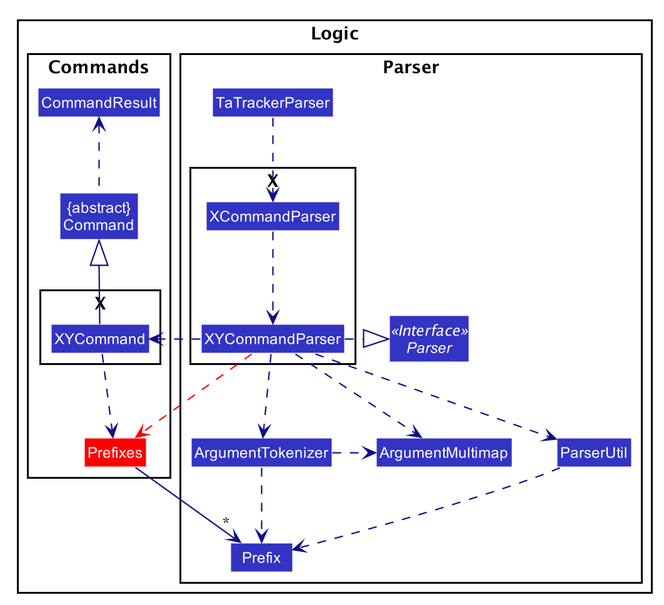
The PlantUML diagram docs/images/LogicClassDiagram4.png in nus-cs2103-AY1920S2/addressbook-level3, before a commit. Its diagram source:
```plantuml
@startuml








skinparam BackgroundColor #FFFFFFF

skinparam Shadowing false

skinparam Class {
    FontColor #FFFFFF
    BorderThickness 1
    BorderColor #FFFFFF
    StereotypeFontColor #FFFFFF
    FontName Arial
}

skinparam Actor {
    BorderColor #000000
    Color #000000
    FontName Arial
}

skinparam Sequence {
    MessageAlign center
    BoxFontSize 15
    BoxPadding 0
    BoxFontColor #FFFFFF
    FontName Arial
}

skinparam Participant {
    FontColor #FFFFFFF
    Padding 20
}

skinparam MinClassWidth 50
skinparam ParticipantPadding 10
skinparam Shadowing false
skinparam DefaultTextAlignment center
skinparam packageStyle Rectangle

hide footbox
hide members
hide circle
skinparam arrowThickness 1.1
skinparam arrowColor #101086
skinparam classBackgroundColor #3333C4

package Logic {
    package Parser as ParserPkg {

        Class TaTrackerParser
        Interface Parser <<Interface>>


        package X as ModelParser {
            Class XCommandParser
            Class XYCommandParser

            TaTrackerParser .down.> XCommandParser
            XCommandParser .down.> XYCommandParser
        }

        XYCommandParser .right.|> Parser

        Class Prefix

        Class ArgumentTokenizer
        Class ArgumentMultimap

        Class ParserUtil


        XYCommandParser .down.> ArgumentMultimap
        XYCommandParser .down.> ArgumentTokenizer
        XYCommandParser .down.> ParserUtil

        ArgumentTokenizer .right.> ArgumentMultimap

        ArgumentTokenizer .down.> Prefix
        ParserUtil .down.> Prefix

    }

    package Commands as ModelCommand {
        package X {
            Class XYCommand
        }

        Class Prefixes #RED

        Class CommandResult
        Class "{abstract}\nCommand" as Command

        Command .up.> CommandResult
        XYCommand -up-|> Command

        XYCommand .down[#101086].> Prefixes
    }

    XYCommandParser .down[#RED].> Prefixes

    Prefixes -right[hidden]- ParserUtil
    Prefixes -down-> "*" Prefix

    XYCommandParser .right.> XYCommand
}
@enduml
```
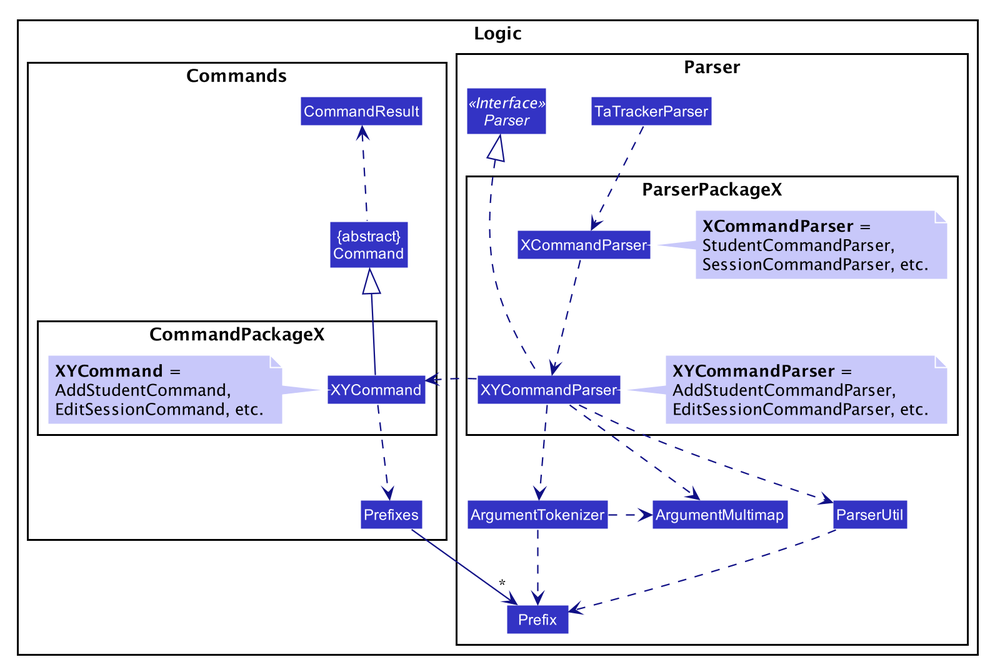
After the commit.

Commit message:
Update Logic Implementation in DG

Change to the diagram source:
```diff
@@ -50,6 +50,8 @@
 skinparam arrowThickness 1.1
 skinparam arrowColor #101086
 skinparam classBackgroundColor #3333C4
+skinparam noteBackgroundColor #C8C8FA
+skinparam noteBorderColor LOGIC_COLOR_1
 
 package Logic {
     package Parser as ParserPkg {
@@ -58,15 +60,27 @@
         Interface Parser <<Interface>>
 
 
-        package X as ModelParser {
+        package ParserPackageX as ModelParser {
             Class XCommandParser
+            note right of XCommandParser
+            <b>XCommandParser</b> =
+            StudentCommandParser,
+            SessionCommandParser, etc.
+            end note
+
             Class XYCommandParser
+            note right of XYCommandParser
+            <b>XYCommandParser</b> =
+            AddStudentCommandParser,
+            EditSessionCommandParser, etc.
+            end note
 
             TaTrackerParser .down.> XCommandParser
             XCommandParser .down.> XYCommandParser
         }
 
-        XYCommandParser .right.|> Parser
+        XYCommandParser .left.|> Parser
+        Parser .right[hidden].> TaTrackerParser
 
         Class Prefix
 
@@ -88,11 +102,16 @@
     }
 
     package Commands as ModelCommand {
-        package X {
+        package CommandPackageX {
+            note left of XYCommand
+            <b>XYCommand</b> =
+            AddStudentCommand,
+            EditSessionCommand, etc.
+            end note
             Class XYCommand
         }
 
-        Class Prefixes #RED
+        Class Prefixes
 
         Class CommandResult
         Class "{abstract}\nCommand" as Command
@@ -100,10 +119,8 @@
         Command .up.> CommandResult
         XYCommand -up-|> Command
 
-        XYCommand .down[#101086].> Prefixes
+        XYCommand .down.> Prefixes
     }
-
-    XYCommandParser .down[#RED].> Prefixes
 
     Prefixes -right[hidden]- ParserUtil
     Prefixes -down-> "*" Prefix
```
